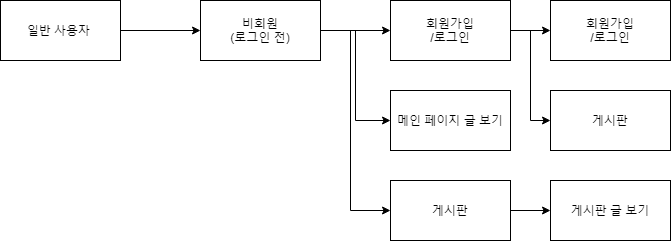
The draw.io diagram Servers/Diagram.png in hyojinYi/capstone, before a commit. Source tidied: cells renumbered, new cells last; positions are measured from the earlier drawing's top-left corner, leaving out a move shared by most shapes. Its diagram source:
```xml
<mxGraphModel>
  <root>
    <mxCell id="0" />
    <mxCell id="1" parent="0" />
    <mxCell id="2" style="edgeStyle=orthogonalEdgeStyle;rounded=0;jettySize=auto;html=1;" parent="1" edge="1" source="3" target="6">
      <mxGeometry relative="1" as="geometry" />
    </mxCell>
    <mxCell id="3" value="일반 사용자&amp;nbsp;" style="rounded=0;whiteSpace=wrap;html=1;" parent="1" vertex="1">
      <mxGeometry width="120" height="60" as="geometry" />
    </mxCell>
    <mxCell id="4" style="edgeStyle=orthogonalEdgeStyle;rounded=0;jettySize=auto;html=1;entryX=0;entryY=0.5;entryDx=0;entryDy=0;" parent="1" edge="1" source="6" target="10">
      <mxGeometry relative="1" as="geometry" />
    </mxCell>
    <mxCell id="5" style="edgeStyle=orthogonalEdgeStyle;curved=0;rounded=1;sketch=0;jettySize=auto;html=1;entryX=0;entryY=0.5;entryDx=0;entryDy=0;" parent="1" edge="1" source="6" target="8">
      <mxGeometry relative="1" as="geometry" />
    </mxCell>
    <mxCell id="6" value="비회원&lt;br&gt;(로그인 전)" style="rounded=0;whiteSpace=wrap;html=1;" parent="1" vertex="1">
      <mxGeometry x="200" width="120" height="60" as="geometry" />
    </mxCell>
    <mxCell id="7" style="edgeStyle=orthogonalEdgeStyle;rounded=0;jettySize=auto;html=1;" parent="1" edge="1" source="8" target="9">
      <mxGeometry relative="1" as="geometry" />
    </mxCell>
    <mxCell id="8" value="회원가입&lt;br&gt;/로그인" style="rounded=0;whiteSpace=wrap;html=1;" parent="1" vertex="1">
      <mxGeometry x="390" width="120" height="60" as="geometry" />
    </mxCell>
    <mxCell id="9" value="회원가입&lt;br&gt;/로그인" style="rounded=0;whiteSpace=wrap;html=1;" parent="1" vertex="1">
      <mxGeometry x="550" width="120" height="60" as="geometry" />
    </mxCell>
    <mxCell id="10" value="메인 페이지 글 보기" style="rounded=0;whiteSpace=wrap;html=1;" parent="1" vertex="1">
      <mxGeometry x="390" y="90" width="120" height="60" as="geometry" />
    </mxCell>
    <mxCell id="11" style="edgeStyle=orthogonalEdgeStyle;curved=0;rounded=1;sketch=0;jettySize=auto;html=1;" parent="1" edge="1" source="12" target="14">
      <mxGeometry relative="1" as="geometry" />
    </mxCell>
    <mxCell id="12" value="게시판" style="rounded=0;whiteSpace=wrap;html=1;sketch=0;" parent="1" vertex="1">
      <mxGeometry x="390" y="180" width="120" height="60" as="geometry" />
    </mxCell>
    <mxCell id="13" style="edgeStyle=orthogonalEdgeStyle;rounded=0;jettySize=auto;html=1;entryX=0;entryY=0.5;entryDx=0;entryDy=0;exitX=1;exitY=0.5;exitDx=0;exitDy=0;" parent="1" edge="1" source="6" target="12">
      <mxGeometry relative="1" as="geometry">
        <Array as="points">
          <mxPoint x="350" y="30" />
          <mxPoint x="350" y="210" />
        </Array>
      </mxGeometry>
    </mxCell>
    <mxCell id="14" value="게시판 글 보기" style="rounded=0;whiteSpace=wrap;html=1;sketch=0;" parent="1" vertex="1">
      <mxGeometry x="550" y="180" width="120" height="60" as="geometry" />
    </mxCell>
    <mxCell id="15" style="edgeStyle=orthogonalEdgeStyle;rounded=0;jettySize=auto;html=1;exitX=1;exitY=0.5;exitDx=0;exitDy=0;" parent="1" edge="1" source="8">
      <mxGeometry relative="1" as="geometry">
        <mxPoint x="550" y="120" as="targetPoint" />
        <Array as="points">
          <mxPoint x="530" y="30" />
          <mxPoint x="530" y="120" />
        </Array>
      </mxGeometry>
    </mxCell>
    <mxCell id="16" value="게시판" style="rounded=0;whiteSpace=wrap;html=1;sketch=0;" parent="1" vertex="1">
      <mxGeometry x="550" y="90" width="120" height="60" as="geometry" />
    </mxCell>
  </root>
</mxGraphModel>
```
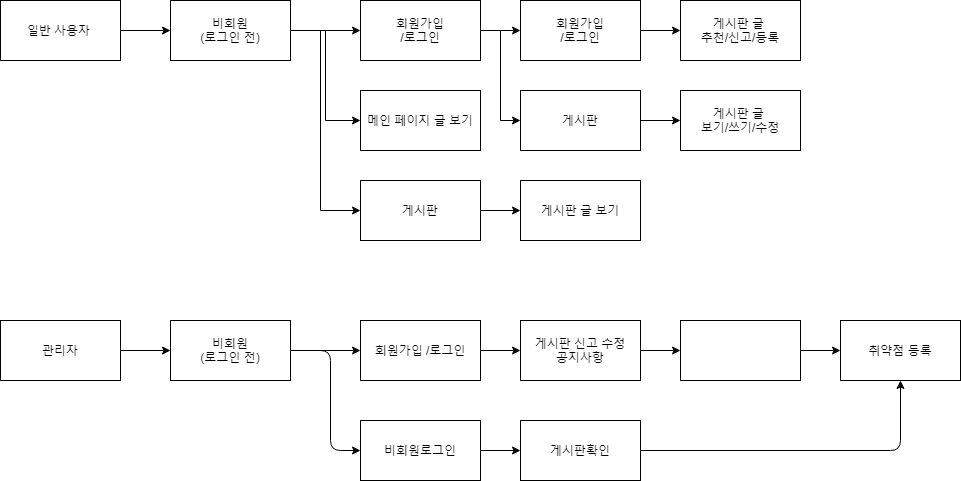
Above is the later version.

The edit, as a diff of the source:
```diff
@@ -6,7 +6,7 @@
       <mxGeometry relative="1" as="geometry" />
     </mxCell>
     <mxCell id="3" value="일반 사용자&amp;nbsp;" style="rounded=0;whiteSpace=wrap;html=1;" parent="1" vertex="1">
-      <mxGeometry width="120" height="60" as="geometry" />
+      <mxGeometry x="30" width="120" height="60" as="geometry" />
     </mxCell>
     <mxCell id="4" style="edgeStyle=orthogonalEdgeStyle;rounded=0;jettySize=auto;html=1;entryX=0;entryY=0.5;entryDx=0;entryDy=0;" parent="1" edge="1" source="6" target="10">
       <mxGeometry relative="1" as="geometry" />
@@ -23,6 +23,9 @@
     <mxCell id="8" value="회원가입&lt;br&gt;/로그인" style="rounded=0;whiteSpace=wrap;html=1;" parent="1" vertex="1">
       <mxGeometry x="390" width="120" height="60" as="geometry" />
     </mxCell>
+    <mxCell id="17" style="edgeStyle=orthogonalEdgeStyle;curved=0;rounded=1;sketch=0;jettySize=auto;html=1;" parent="1" edge="1" source="9" target="20">
+      <mxGeometry relative="1" as="geometry" />
+    </mxCell>
     <mxCell id="9" value="회원가입&lt;br&gt;/로그인" style="rounded=0;whiteSpace=wrap;html=1;" parent="1" vertex="1">
       <mxGeometry x="550" width="120" height="60" as="geometry" />
     </mxCell>
@@ -55,8 +58,71 @@
         </Array>
       </mxGeometry>
     </mxCell>
+    <mxCell id="18" style="edgeStyle=orthogonalEdgeStyle;curved=0;rounded=1;sketch=0;jettySize=auto;html=1;" parent="1" edge="1" source="16" target="19">
+      <mxGeometry relative="1" as="geometry" />
+    </mxCell>
     <mxCell id="16" value="게시판" style="rounded=0;whiteSpace=wrap;html=1;sketch=0;" parent="1" vertex="1">
       <mxGeometry x="550" y="90" width="120" height="60" as="geometry" />
     </mxCell>
+    <mxCell id="19" value="게시판 글&amp;nbsp;&lt;br&gt;보기/쓰기/수정" style="rounded=0;whiteSpace=wrap;html=1;sketch=0;" parent="1" vertex="1">
+      <mxGeometry x="710" y="90" width="120" height="60" as="geometry" />
+    </mxCell>
+    <mxCell id="20" value="게시판 글&amp;nbsp;&lt;br&gt;추천/신고/등록" style="rounded=0;whiteSpace=wrap;html=1;" parent="1" vertex="1">
+      <mxGeometry x="710" width="120" height="60" as="geometry" />
+    </mxCell>
+    <mxCell id="21" style="edgeStyle=orthogonalEdgeStyle;curved=0;rounded=1;sketch=0;jettySize=auto;html=1;" parent="1" edge="1" source="22" target="24">
+      <mxGeometry relative="1" as="geometry" />
+    </mxCell>
+    <mxCell id="22" value="관리자" style="rounded=0;whiteSpace=wrap;html=1;sketch=0;" parent="1" vertex="1">
+      <mxGeometry x="30" y="320" width="120" height="60" as="geometry" />
+    </mxCell>
+    <mxCell id="23" style="edgeStyle=orthogonalEdgeStyle;rounded=1;sketch=0;jettySize=auto;html=1;" parent="1" edge="1" source="24">
+      <mxGeometry relative="1" as="geometry">
+        <mxPoint x="390" y="450" as="targetPoint" />
+        <Array as="points">
+          <mxPoint x="360" y="350" />
+          <mxPoint x="360" y="450" />
+        </Array>
+      </mxGeometry>
+    </mxCell>
+    <mxCell id="24" value="비회원&lt;br&gt;(로그인 전)" style="rounded=0;whiteSpace=wrap;html=1;sketch=0;" parent="1" vertex="1">
+      <mxGeometry x="200" y="320" width="120" height="60" as="geometry" />
+    </mxCell>
+    <mxCell id="25" style="edgeStyle=orthogonalEdgeStyle;curved=0;rounded=1;sketch=0;jettySize=auto;html=1;" parent="1" edge="1" source="26" target="29">
+      <mxGeometry relative="1" as="geometry" />
+    </mxCell>
+    <mxCell id="26" value="회원가입 /로그인" style="rounded=0;whiteSpace=wrap;html=1;sketch=0;" parent="1" vertex="1">
+      <mxGeometry x="390" y="320" width="120" height="60" as="geometry" />
+    </mxCell>
+    <mxCell id="27" style="endArrow=classic;html=1;exitX=1;exitY=0.5;exitDx=0;exitDy=0;entryX=0;entryY=0.5;entryDx=0;entryDy=0;" parent="1" edge="1" source="24" target="26">
+      <mxGeometry relative="1" as="geometry" />
+    </mxCell>
+    <mxCell id="28" style="edgeStyle=orthogonalEdgeStyle;curved=0;rounded=1;sketch=0;jettySize=auto;html=1;" parent="1" edge="1" source="29" target="31">
+      <mxGeometry relative="1" as="geometry" />
+    </mxCell>
+    <mxCell id="29" value="게시판 신고 수정&lt;br&gt;공지사항" style="rounded=0;whiteSpace=wrap;html=1;sketch=0;" parent="1" vertex="1">
+      <mxGeometry x="550" y="320" width="120" height="60" as="geometry" />
+    </mxCell>
+    <mxCell id="30" style="edgeStyle=orthogonalEdgeStyle;curved=0;rounded=1;sketch=0;jettySize=auto;html=1;" parent="1" edge="1" source="31" target="32">
+      <mxGeometry relative="1" as="geometry" />
+    </mxCell>
+    <mxCell id="31" style="rounded=0;whiteSpace=wrap;html=1;sketch=0;" parent="1" vertex="1">
+      <mxGeometry x="710" y="320" width="120" height="60" as="geometry" />
+    </mxCell>
+    <mxCell id="32" value="취약점 등록" style="rounded=0;whiteSpace=wrap;html=1;sketch=0;" parent="1" vertex="1">
+      <mxGeometry x="870" y="320" width="120" height="60" as="geometry" />
+    </mxCell>
+    <mxCell id="33" style="edgeStyle=orthogonalEdgeStyle;rounded=1;sketch=0;jettySize=auto;html=1;entryX=0;entryY=0.5;entryDx=0;entryDy=0;" parent="1" edge="1" source="34" target="36">
+      <mxGeometry relative="1" as="geometry" />
+    </mxCell>
+    <mxCell id="34" value="비회원로그인" style="rounded=0;whiteSpace=wrap;html=1;sketch=0;" parent="1" vertex="1">
+      <mxGeometry x="390" y="420" width="120" height="60" as="geometry" />
+    </mxCell>
+    <mxCell id="35" style="edgeStyle=orthogonalEdgeStyle;rounded=1;sketch=0;jettySize=auto;html=1;entryX=0.5;entryY=1;entryDx=0;entryDy=0;" parent="1" edge="1" source="36" target="32">
+      <mxGeometry relative="1" as="geometry" />
+    </mxCell>
+    <mxCell id="36" value="게시판확인" style="rounded=0;whiteSpace=wrap;html=1;sketch=0;" parent="1" vertex="1">
+      <mxGeometry x="550" y="420" width="120" height="60" as="geometry" />
+    </mxCell>
   </root>
 </mxGraphModel>
```
